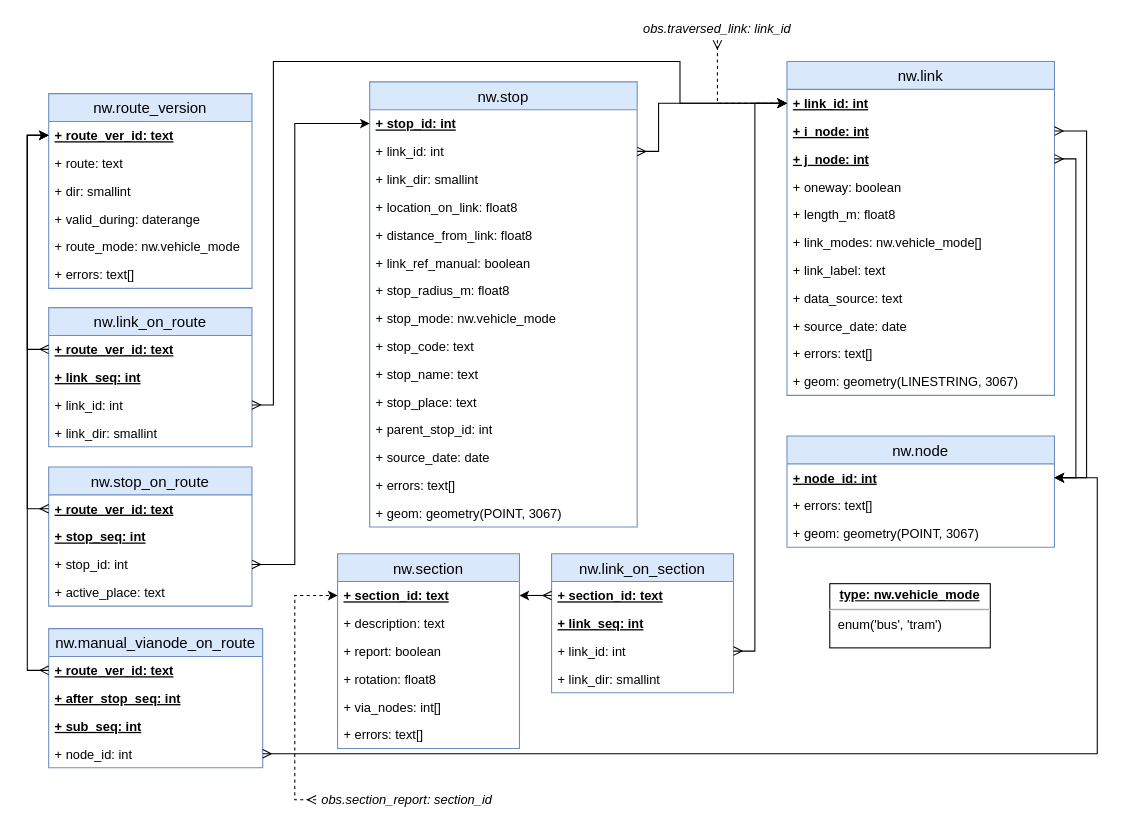
Earlier version of the draw.io diagram page "nw" (1 of 6) of docs/sujuikoDB.drawio (datarttu/sujuikoDB). Source tidied: cells renumbered, new cells numbered last; positions are measured from the earlier drawing's top-left corner, leaving out a move shared by most shapes. Both pictures are drawn from the tidied source at 107%, with x=0, y=0 at pixel (48, 18).
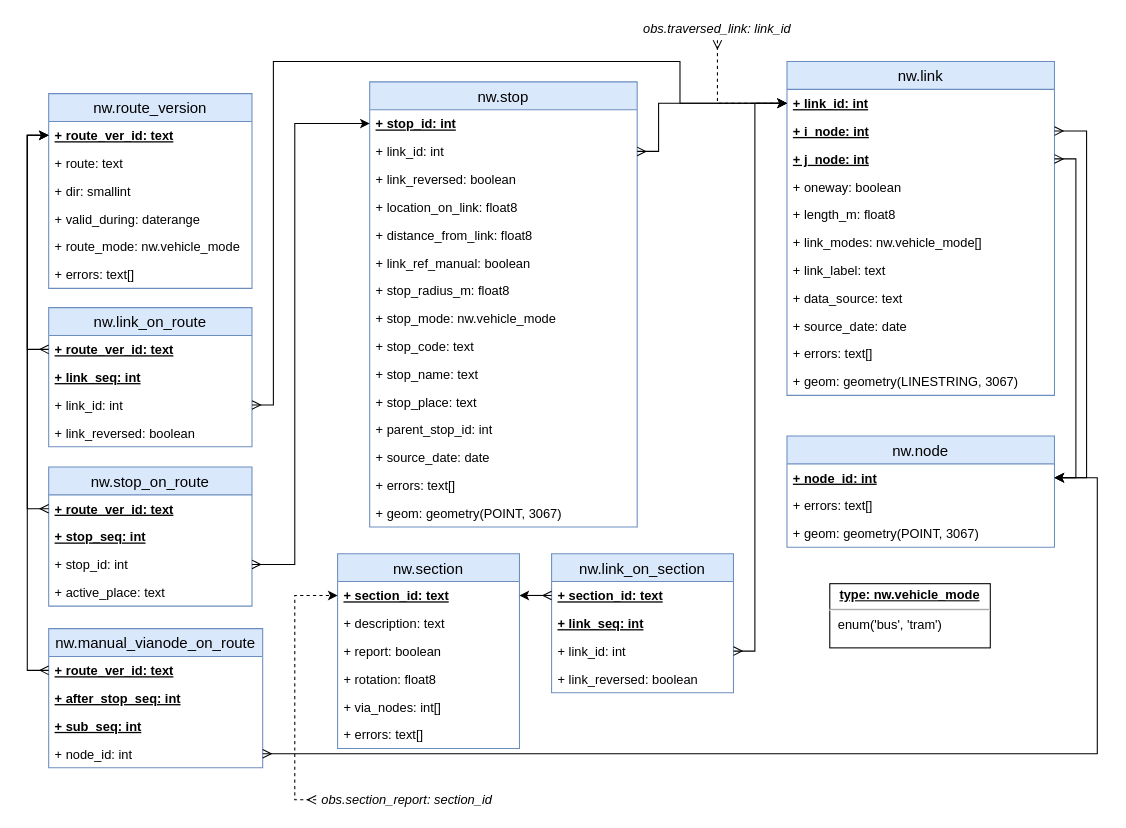
The same diagram, later.

Commit message (it also covers changes not shown here):
Change smallint link_dir to boolean link_reversed

Unchanged cells that the change refers to:
```xml
<mxCell id="19" value="nw.stop" style="swimlane;fontStyle=0;horizontal=1;startSize=26;fillColor=#dae8fc;swimlaneFillColor=#ffffff;align=center;fontSize=14;strokeColor=#6c8ebf;" parent="1" vertex="1">
  <mxGeometry x="300" y="59" width="250" height="416" as="geometry" />
</mxCell>
<mxCell id="44" value="nw.link_on_route" style="swimlane;fontStyle=0;horizontal=1;startSize=26;fillColor=#dae8fc;swimlaneFillColor=#ffffff;align=center;fontSize=14;strokeColor=#6c8ebf;" parent="1" vertex="1">
  <mxGeometry y="270" width="190" height="130" as="geometry" />
</mxCell>
<mxCell id="63" value="nw.link_on_section" style="swimlane;fontStyle=0;horizontal=1;startSize=26;fillColor=#dae8fc;swimlaneFillColor=#ffffff;align=center;fontSize=14;strokeColor=#6c8ebf;" parent="1" vertex="1">
  <mxGeometry x="470" y="500" width="170" height="130" as="geometry" />
</mxCell>
```

Diff of the diagram source:
```diff
@@
-    <mxCell id="22" value="+ link_dir: smallint" style="text;strokeColor=none;fillColor=none;spacingLeft=4;spacingRight=4;overflow=hidden;fontSize=12;" parent="19" vertex="1">
+    <mxCell id="22" value="+ link_reversed: boolean" style="text;strokeColor=none;fillColor=none;spacingLeft=4;spacingRight=4;overflow=hidden;fontSize=12;" parent="19" vertex="1">
       <mxGeometry y="78" width="250" height="26" as="geometry" />
     </mxCell>
@@
-    <mxCell id="48" value="+ link_dir: smallint" style="text;strokeColor=none;fillColor=none;spacingLeft=4;spacingRight=4;overflow=hidden;fontSize=12;fontStyle=0;" parent="44" vertex="1">
+    <mxCell id="48" value="+ link_reversed: boolean" style="text;strokeColor=none;fillColor=none;spacingLeft=4;spacingRight=4;overflow=hidden;fontSize=12;fontStyle=0;" parent="44" vertex="1">
       <mxGeometry y="104" width="190" height="26" as="geometry" />
     </mxCell>
@@
-    <mxCell id="67" value="+ link_dir: smallint" style="text;strokeColor=none;fillColor=none;spacingLeft=4;spacingRight=4;overflow=hidden;fontSize=12;" parent="63" vertex="1">
+    <mxCell id="67" value="+ link_reversed: boolean" style="text;strokeColor=none;fillColor=none;spacingLeft=4;spacingRight=4;overflow=hidden;fontSize=12;" parent="63" vertex="1">
       <mxGeometry y="104" width="170" height="26" as="geometry" />
     </mxCell>
```
